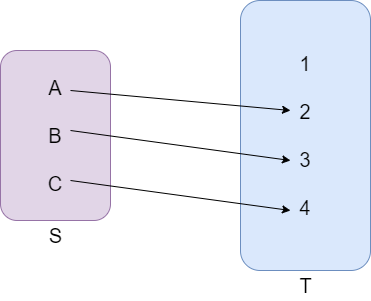
The draw.io diagram static/blog/set-theory/1-1Function.png in serialphotog/hackeradam.com, before a commit. Source tidied: cells renumbered, new cells last; positions are measured from the earlier drawing's top-left corner, leaving out a move shared by most shapes. Source of this version:
```xml
<mxGraphModel>
  <root>
    <mxCell id="0" />
    <mxCell id="1" parent="0" />
    <mxCell id="2" value="A&lt;br&gt;&lt;br&gt;B&lt;br&gt;&lt;br&gt;C" style="rounded=1;whiteSpace=wrap;html=1;fontSize=20;fillColor=#e1d5e7;strokeColor=#9673a6;" parent="1" vertex="1">
      <mxGeometry y="50" width="110" height="170" as="geometry" />
    </mxCell>
    <mxCell id="3" value="1&lt;br&gt;&lt;br&gt;2&lt;br&gt;&lt;br&gt;3&lt;br&gt;&lt;br&gt;4" style="rounded=1;whiteSpace=wrap;html=1;fontSize=20;fillColor=#dae8fc;strokeColor=#6c8ebf;" parent="1" vertex="1">
      <mxGeometry x="240" width="130" height="270" as="geometry" />
    </mxCell>
    <mxCell id="4" style="endArrow=classic;html=1;fontSize=20;" parent="1" edge="1">
      <mxGeometry relative="1" as="geometry">
        <mxPoint x="70" y="90" as="sourcePoint" />
        <mxPoint x="290" y="110" as="targetPoint" />
      </mxGeometry>
    </mxCell>
    <mxCell id="5" style="endArrow=classic;html=1;fontSize=20;" parent="1" edge="1">
      <mxGeometry relative="1" as="geometry">
        <mxPoint x="70" y="130" as="sourcePoint" />
        <mxPoint x="290" y="160" as="targetPoint" />
      </mxGeometry>
    </mxCell>
    <mxCell id="6" style="endArrow=classic;html=1;fontSize=20;" parent="1" edge="1">
      <mxGeometry relative="1" as="geometry">
        <mxPoint x="70" y="180" as="sourcePoint" />
        <mxPoint x="290" y="210" as="targetPoint" />
      </mxGeometry>
    </mxCell>
    <mxCell id="7" value="S" style="text;html=1;align=center;verticalAlign=middle;fontSize=20;" parent="1" vertex="1">
      <mxGeometry x="40" y="220" width="30" height="30" as="geometry" />
    </mxCell>
    <mxCell id="8" value="T" style="text;html=1;align=center;verticalAlign=middle;fontSize=20;" parent="1" vertex="1">
      <mxGeometry x="290" y="270" width="30" height="30" as="geometry" />
    </mxCell>
  </root>
</mxGraphModel>
```
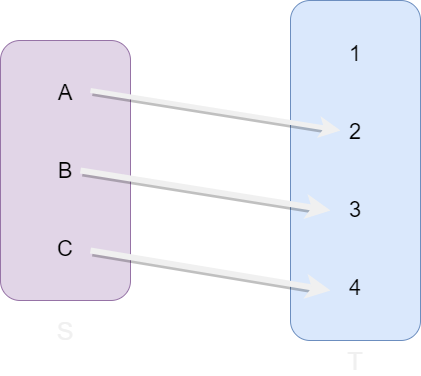
After the commit.

Change to the diagram source:
```diff
@@ -2,35 +2,35 @@
   <root>
     <mxCell id="0" />
     <mxCell id="1" parent="0" />
-    <mxCell id="2" value="A&lt;br&gt;&lt;br&gt;B&lt;br&gt;&lt;br&gt;C" style="rounded=1;whiteSpace=wrap;html=1;fontSize=20;fillColor=#e1d5e7;strokeColor=#9673a6;" parent="1" vertex="1">
-      <mxGeometry y="50" width="110" height="170" as="geometry" />
+    <mxCell id="2" value="A&lt;br style=&quot;font-size: 22px;&quot;&gt;&lt;br style=&quot;font-size: 22px;&quot;&gt;&lt;br style=&quot;font-size: 22px;&quot;&gt;B&lt;br style=&quot;font-size: 22px;&quot;&gt;&lt;br style=&quot;font-size: 22px;&quot;&gt;&lt;br style=&quot;font-size: 22px;&quot;&gt;C" style="rounded=1;whiteSpace=wrap;html=1;fillColor=#e1d5e7;strokeColor=#9673a6;fontSize=22;fontColor=#000000;" parent="1" vertex="1">
+      <mxGeometry y="50" width="130" height="260" as="geometry" />
     </mxCell>
-    <mxCell id="3" value="1&lt;br&gt;&lt;br&gt;2&lt;br&gt;&lt;br&gt;3&lt;br&gt;&lt;br&gt;4" style="rounded=1;whiteSpace=wrap;html=1;fontSize=20;fillColor=#dae8fc;strokeColor=#6c8ebf;" parent="1" vertex="1">
-      <mxGeometry x="240" width="130" height="270" as="geometry" />
+    <mxCell id="3" value="1&lt;br&gt;&lt;br&gt;&lt;br&gt;2&lt;br&gt;&lt;br&gt;&lt;br&gt;3&lt;br&gt;&lt;br&gt;&lt;br&gt;4" style="rounded=1;whiteSpace=wrap;html=1;fillColor=#dae8fc;strokeColor=#6c8ebf;fontSize=22;fontColor=#000000;" parent="1" vertex="1">
+      <mxGeometry x="290" y="10" width="130" height="340" as="geometry" />
     </mxCell>
-    <mxCell id="4" style="endArrow=classic;html=1;fontSize=20;" parent="1" edge="1">
-      <mxGeometry relative="1" as="geometry">
-        <mxPoint x="70" y="90" as="sourcePoint" />
-        <mxPoint x="290" y="110" as="targetPoint" />
-      </mxGeometry>
-    </mxCell>
-    <mxCell id="5" style="endArrow=classic;html=1;fontSize=20;" parent="1" edge="1">
-      <mxGeometry relative="1" as="geometry">
-        <mxPoint x="70" y="130" as="sourcePoint" />
-        <mxPoint x="290" y="160" as="targetPoint" />
-      </mxGeometry>
-    </mxCell>
-    <mxCell id="6" style="endArrow=classic;html=1;fontSize=20;" parent="1" edge="1">
-      <mxGeometry relative="1" as="geometry">
-        <mxPoint x="70" y="180" as="sourcePoint" />
-        <mxPoint x="290" y="210" as="targetPoint" />
-      </mxGeometry>
-    </mxCell>
+    <mxCell id="9" style="endArrow=classic;html=1;fontSize=22;fontColor=#000000;strokeWidth=5;shadow=1;" parent="1" edge="1">
+      <mxGeometry relative="1" as="geometry">
+        <mxPoint x="90" y="100" as="sourcePoint" />
+        <mxPoint x="340" y="140" as="targetPoint" />
+      </mxGeometry>
+    </mxCell>
+    <mxCell id="10" style="endArrow=classic;html=1;fontSize=22;fontColor=#000000;strokeWidth=6;shadow=1;" parent="1" edge="1">
+      <mxGeometry relative="1" as="geometry">
+        <mxPoint x="80" y="180" as="sourcePoint" />
+        <mxPoint x="330" y="220" as="targetPoint" />
+      </mxGeometry>
+    </mxCell>
+    <mxCell id="11" style="endArrow=classic;html=1;fontSize=22;fontColor=#000000;strokeWidth=6;shadow=1;" parent="1" edge="1">
+      <mxGeometry relative="1" as="geometry">
+        <mxPoint x="90" y="260" as="sourcePoint" />
+        <mxPoint x="330" y="300" as="targetPoint" />
+      </mxGeometry>
+    </mxCell>
+    <mxCell id="8" value="T" style="text;html=1;strokeColor=none;fillColor=none;align=center;verticalAlign=middle;whiteSpace=wrap;rounded=0;fontSize=25;" parent="1" vertex="1">
+      <mxGeometry x="335" y="360" width="40" height="20" as="geometry" />
+    </mxCell>
-    <mxCell id="7" value="S" style="text;html=1;align=center;verticalAlign=middle;fontSize=20;" parent="1" vertex="1">
-      <mxGeometry x="40" y="220" width="30" height="30" as="geometry" />
+    <mxCell id="7" value="S" style="text;html=1;strokeColor=none;fillColor=none;align=center;verticalAlign=middle;whiteSpace=wrap;rounded=0;fontSize=25;" parent="1" vertex="1">
+      <mxGeometry x="45" y="330" width="40" height="20" as="geometry" />
     </mxCell>
-    <mxCell id="8" value="T" style="text;html=1;align=center;verticalAlign=middle;fontSize=20;" parent="1" vertex="1">
-      <mxGeometry x="290" y="270" width="30" height="30" as="geometry" />
-    </mxCell>
   </root>
 </mxGraphModel>
```
